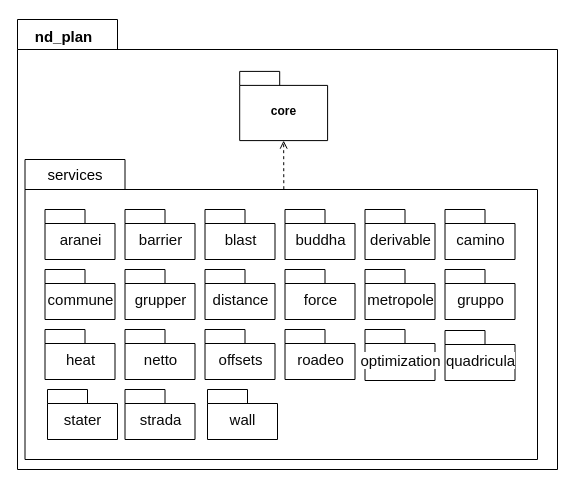
Above: master/sources/diploma/implementation/diagrams/math/packages.drawio in stalker-fc/diploma (draw.io), before the change. Source tidied: cells renumbered, new cells numbered last; positions are measured from the earlier drawing's top-left corner, leaving out a move shared by most shapes. Both pictures are drawn from the tidied source at 100%, with x=0, y=0 at pixel (17, 19).
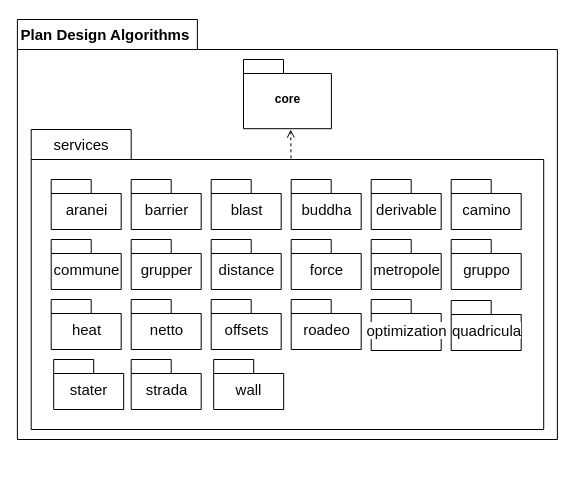
The same page after the edit.

The edit, as a diff of the source:
```diff
@@
     <mxCell id="2" style="group;" parent="1" vertex="1">
-      <mxGeometry width="540" height="450" as="geometry" />
+      <mxGeometry x="-0.1" width="540" height="450" as="geometry" />
     </mxCell>
-    <mxCell id="3" style="shape=folder;fontStyle=1;spacingTop=10;tabWidth=100;tabHeight=30;tabPosition=left;html=1;" parent="2" vertex="1">
-      <mxGeometry width="540" height="450" as="geometry" />
+    <mxCell id="3" style="shape=folder;fontStyle=1;spacingTop=10;tabWidth=180;tabHeight=30;tabPosition=left;html=1;" parent="2" vertex="1">
+      <mxGeometry width="540" height="420" as="geometry" />
     </mxCell>
-    <mxCell id="4" value="core" style="shape=folder;fontStyle=1;spacingTop=10;tabWidth=40;tabHeight=14;tabPosition=left;html=1;" parent="2" vertex="1">
-      <mxGeometry x="222.2" y="51.9" width="87.9" height="69.2" as="geometry" />
+    <mxCell id="4" value="&lt;font style=&quot;font-size: 12px&quot;&gt;core&lt;/font&gt;" style="shape=folder;fontStyle=1;spacingTop=10;tabWidth=40;tabHeight=14;tabPosition=left;html=1;" parent="2" vertex="1">
+      <mxGeometry x="226.1" y="40" width="87.9" height="69.2" as="geometry" />
     </mxCell>
-    <mxCell id="5" value="&lt;b&gt;nd_plan&lt;/b&gt;" style="text;html=1;strokeColor=none;fillColor=none;align=center;verticalAlign=middle;whiteSpace=wrap;rounded=0;fontFamily=Helvetica;fontSize=15;" parent="2" vertex="1">
-      <mxGeometry x="17.1" width="58.6" height="34.6" as="geometry" />
+    <mxCell id="5" value="&lt;b&gt;Plan Design Algorithms&amp;nbsp;&lt;/b&gt;" style="text;html=1;strokeColor=none;fillColor=none;align=center;verticalAlign=middle;whiteSpace=wrap;rounded=0;fontFamily=Helvetica;fontSize=15;" parent="2" vertex="1">
+      <mxGeometry y="-2" width="180" height="34.6" as="geometry" />
     </mxCell>
-    <mxCell id="6" style="group;" parent="1" vertex="1">
-      <mxGeometry x="7.5" y="140" width="512.5" height="300" as="geometry" />
-    </mxCell>
-    <mxCell id="7" style="shape=folder;fontStyle=1;spacingTop=10;tabWidth=100;tabHeight=30;tabPosition=left;html=1;" parent="6" vertex="1">
-      <mxGeometry width="512.5" height="300" as="geometry" />
+    <mxCell id="7" style="shape=folder;fontStyle=1;spacingTop=10;tabWidth=100;tabHeight=30;tabPosition=left;html=1;" parent="1" vertex="1">
+      <mxGeometry x="13.7" y="110" width="512.5" height="300" as="geometry" />
     </mxCell>
-    <mxCell id="8" value="&lt;span style=&quot;color: rgb(8 , 8 , 8) ; font-size: 15px ; font-weight: 400 ; text-align: left ; background-color: rgb(255 , 255 , 255)&quot;&gt;force&lt;/span&gt;" style="shape=folder;fontStyle=1;spacingTop=10;tabWidth=40;tabHeight=14;tabPosition=left;html=1;" parent="6" vertex="1">
-      <mxGeometry x="260" y="110" width="70" height="50" as="geometry" />
+    <mxCell id="8" value="&lt;span style=&quot;color: rgb(8 , 8 , 8) ; font-size: 15px ; font-weight: 400 ; text-align: left ; background-color: rgb(255 , 255 , 255)&quot;&gt;force&lt;/span&gt;" style="shape=folder;fontStyle=1;spacingTop=10;tabWidth=40;tabHeight=14;tabPosition=left;html=1;" parent="1" vertex="1">
+      <mxGeometry x="273.7" y="220" width="70" height="50" as="geometry" />
     </mxCell>
-    <mxCell id="9" value="&lt;span style=&quot;color: rgb(8 , 8 , 8) ; font-size: 15px ; font-weight: 400 ; text-align: left ; background-color: rgb(255 , 255 , 255)&quot;&gt;distance&lt;/span&gt;" style="shape=folder;fontStyle=1;spacingTop=10;tabWidth=40;tabHeight=14;tabPosition=left;html=1;" parent="6" vertex="1">
-      <mxGeometry x="180" y="110" width="70" height="50" as="geometry" />
+    <mxCell id="9" value="&lt;span style=&quot;color: rgb(8 , 8 , 8) ; font-size: 15px ; font-weight: 400 ; text-align: left ; background-color: rgb(255 , 255 , 255)&quot;&gt;distance&lt;/span&gt;" style="shape=folder;fontStyle=1;spacingTop=10;tabWidth=40;tabHeight=14;tabPosition=left;html=1;" parent="1" vertex="1">
+      <mxGeometry x="193.7" y="220" width="70" height="50" as="geometry" />
     </mxCell>
-    <mxCell id="10" value="&lt;span style=&quot;color: rgb(8 , 8 , 8) ; font-size: 15px ; font-weight: 400 ; text-align: left ; background-color: rgb(255 , 255 , 255)&quot;&gt;derivable&lt;/span&gt;" style="shape=folder;fontStyle=1;spacingTop=10;tabWidth=40;tabHeight=14;tabPosition=left;html=1;" parent="6" vertex="1">
-      <mxGeometry x="340" y="50" width="70" height="50" as="geometry" />
+    <mxCell id="10" value="&lt;span style=&quot;color: rgb(8 , 8 , 8) ; font-size: 15px ; font-weight: 400 ; text-align: left ; background-color: rgb(255 , 255 , 255)&quot;&gt;derivable&lt;/span&gt;" style="shape=folder;fontStyle=1;spacingTop=10;tabWidth=40;tabHeight=14;tabPosition=left;html=1;" parent="1" vertex="1">
+      <mxGeometry x="353.7" y="160" width="70" height="50" as="geometry" />
     </mxCell>
-    <mxCell id="11" value="&lt;span style=&quot;color: rgb(8 , 8 , 8) ; font-size: 15px ; font-weight: 400 ; text-align: left ; background-color: rgb(255 , 255 , 255)&quot;&gt;commune&lt;/span&gt;" style="shape=folder;fontStyle=1;spacingTop=10;tabWidth=40;tabHeight=14;tabPosition=left;html=1;" parent="6" vertex="1">
-      <mxGeometry x="20" y="110" width="70" height="50" as="geometry" />
+    <mxCell id="11" value="&lt;span style=&quot;color: rgb(8 , 8 , 8) ; font-size: 15px ; font-weight: 400 ; text-align: left ; background-color: rgb(255 , 255 , 255)&quot;&gt;commune&lt;/span&gt;" style="shape=folder;fontStyle=1;spacingTop=10;tabWidth=40;tabHeight=14;tabPosition=left;html=1;" parent="1" vertex="1">
+      <mxGeometry x="33.7" y="220" width="70" height="50" as="geometry" />
     </mxCell>
-    <mxCell id="12" value="&lt;span style=&quot;color: rgb(8 , 8 , 8) ; font-size: 15px ; font-weight: 400 ; text-align: left ; background-color: rgb(255 , 255 , 255)&quot;&gt;camino&lt;/span&gt;" style="shape=folder;fontStyle=1;spacingTop=10;tabWidth=40;tabHeight=14;tabPosition=left;html=1;" parent="6" vertex="1">
-      <mxGeometry x="420" y="50" width="70" height="50" as="geometry" />
+    <mxCell id="12" value="&lt;span style=&quot;color: rgb(8 , 8 , 8) ; font-size: 15px ; font-weight: 400 ; text-align: left ; background-color: rgb(255 , 255 , 255)&quot;&gt;camino&lt;/span&gt;" style="shape=folder;fontStyle=1;spacingTop=10;tabWidth=40;tabHeight=14;tabPosition=left;html=1;" parent="1" vertex="1">
+      <mxGeometry x="433.7" y="160" width="70" height="50" as="geometry" />
     </mxCell>
-    <mxCell id="13" value="&lt;span style=&quot;color: rgb(8 , 8 , 8) ; font-size: 15px ; font-weight: 400 ; text-align: left ; background-color: rgb(255 , 255 , 255)&quot;&gt;buddha&lt;/span&gt;" style="shape=folder;fontStyle=1;spacingTop=10;tabWidth=40;tabHeight=14;tabPosition=left;html=1;" parent="6" vertex="1">
-      <mxGeometry x="260" y="50" width="70" height="50" as="geometry" />
+    <mxCell id="13" value="&lt;span style=&quot;color: rgb(8 , 8 , 8) ; font-size: 15px ; font-weight: 400 ; text-align: left ; background-color: rgb(255 , 255 , 255)&quot;&gt;buddha&lt;/span&gt;" style="shape=folder;fontStyle=1;spacingTop=10;tabWidth=40;tabHeight=14;tabPosition=left;html=1;" parent="1" vertex="1">
+      <mxGeometry x="273.7" y="160" width="70" height="50" as="geometry" />
     </mxCell>
-    <mxCell id="14" value="&lt;span style=&quot;color: rgb(8 , 8 , 8) ; font-size: 15px ; font-weight: 400 ; text-align: left ; background-color: rgb(255 , 255 , 255)&quot;&gt;blast&lt;/span&gt;" style="shape=folder;fontStyle=1;spacingTop=10;tabWidth=40;tabHeight=14;tabPosition=left;html=1;" parent="6" vertex="1">
-      <mxGeometry x="180" y="50" width="70" height="50" as="geometry" />
+    <mxCell id="14" value="&lt;span style=&quot;color: rgb(8 , 8 , 8) ; font-size: 15px ; font-weight: 400 ; text-align: left ; background-color: rgb(255 , 255 , 255)&quot;&gt;blast&lt;/span&gt;" style="shape=folder;fontStyle=1;spacingTop=10;tabWidth=40;tabHeight=14;tabPosition=left;html=1;" parent="1" vertex="1">
+      <mxGeometry x="193.7" y="160" width="70" height="50" as="geometry" />
     </mxCell>
-    <mxCell id="15" value="&lt;span style=&quot;color: rgb(8 , 8 , 8) ; font-size: 15px ; font-weight: 400 ; text-align: left ; background-color: rgb(255 , 255 , 255)&quot;&gt;barrier&lt;/span&gt;" style="shape=folder;fontStyle=1;spacingTop=10;tabWidth=40;tabHeight=14;tabPosition=left;html=1;" parent="6" vertex="1">
-      <mxGeometry x="100" y="50" width="70" height="50" as="geometry" />
+    <mxCell id="15" value="&lt;span style=&quot;color: rgb(8 , 8 , 8) ; font-size: 15px ; font-weight: 400 ; text-align: left ; background-color: rgb(255 , 255 , 255)&quot;&gt;barrier&lt;/span&gt;" style="shape=folder;fontStyle=1;spacingTop=10;tabWidth=40;tabHeight=14;tabPosition=left;html=1;" parent="1" vertex="1">
+      <mxGeometry x="113.7" y="160" width="70" height="50" as="geometry" />
     </mxCell>
-    <mxCell id="16" value="&lt;span style=&quot;color: rgb(8 , 8 , 8) ; font-size: 15px ; font-weight: 400 ; text-align: left ; background-color: rgb(255 , 255 , 255)&quot;&gt;aranei&lt;/span&gt;" style="shape=folder;fontStyle=1;spacingTop=10;tabWidth=40;tabHeight=14;tabPosition=left;html=1;" parent="6" vertex="1">
-      <mxGeometry x="20" y="50" width="70" height="50" as="geometry" />
+    <mxCell id="16" value="&lt;span style=&quot;color: rgb(8 , 8 , 8) ; font-size: 15px ; font-weight: 400 ; text-align: left ; background-color: rgb(255 , 255 , 255)&quot;&gt;aranei&lt;/span&gt;" style="shape=folder;fontStyle=1;spacingTop=10;tabWidth=40;tabHeight=14;tabPosition=left;html=1;" parent="1" vertex="1">
+      <mxGeometry x="33.7" y="160" width="70" height="50" as="geometry" />
     </mxCell>
-    <mxCell id="17" value="&lt;span style=&quot;color: rgb(8 , 8 , 8) ; font-size: 15px ; font-weight: 400 ; text-align: left ; background-color: rgb(255 , 255 , 255)&quot;&gt;gruppo&lt;/span&gt;" style="shape=folder;fontStyle=1;spacingTop=10;tabWidth=40;tabHeight=14;tabPosition=left;html=1;" parent="6" vertex="1">
-      <mxGeometry x="420" y="110" width="70" height="50" as="geometry" />
+    <mxCell id="17" value="&lt;span style=&quot;color: rgb(8 , 8 , 8) ; font-size: 15px ; font-weight: 400 ; text-align: left ; background-color: rgb(255 , 255 , 255)&quot;&gt;gruppo&lt;/span&gt;" style="shape=folder;fontStyle=1;spacingTop=10;tabWidth=40;tabHeight=14;tabPosition=left;html=1;" parent="1" vertex="1">
+      <mxGeometry x="433.7" y="220" width="70" height="50" as="geometry" />
     </mxCell>
-    <mxCell id="18" value="&lt;span style=&quot;color: rgb(8 , 8 , 8) ; font-size: 15px ; font-weight: 400 ; text-align: left ; background-color: rgb(255 , 255 , 255)&quot;&gt;grupper&lt;/span&gt;" style="shape=folder;fontStyle=1;spacingTop=10;tabWidth=40;tabHeight=14;tabPosition=left;html=1;" parent="6" vertex="1">
-      <mxGeometry x="100" y="110" width="70" height="50" as="geometry" />
+    <mxCell id="18" value="&lt;span style=&quot;color: rgb(8 , 8 , 8) ; font-size: 15px ; font-weight: 400 ; text-align: left ; background-color: rgb(255 , 255 , 255)&quot;&gt;grupper&lt;/span&gt;" style="shape=folder;fontStyle=1;spacingTop=10;tabWidth=40;tabHeight=14;tabPosition=left;html=1;" parent="1" vertex="1">
+      <mxGeometry x="113.7" y="220" width="70" height="50" as="geometry" />
     </mxCell>
-    <mxCell id="19" value="&lt;span style=&quot;color: rgb(8 , 8 , 8) ; font-size: 15px ; font-weight: 400 ; text-align: left ; background-color: rgb(255 , 255 , 255)&quot;&gt;metropole&lt;/span&gt;" style="shape=folder;fontStyle=1;spacingTop=10;tabWidth=40;tabHeight=14;tabPosition=left;html=1;" parent="6" vertex="1">
-      <mxGeometry x="340" y="110" width="70" height="50" as="geometry" />
+    <mxCell id="19" value="&lt;span style=&quot;color: rgb(8 , 8 , 8) ; font-size: 15px ; font-weight: 400 ; text-align: left ; background-color: rgb(255 , 255 , 255)&quot;&gt;metropole&lt;/span&gt;" style="shape=folder;fontStyle=1;spacingTop=10;tabWidth=40;tabHeight=14;tabPosition=left;html=1;" parent="1" vertex="1">
+      <mxGeometry x="353.7" y="220" width="70" height="50" as="geometry" />
     </mxCell>
-    <mxCell id="20" value="&lt;span style=&quot;color: rgb(8 , 8 , 8) ; font-size: 15px ; font-weight: 400 ; text-align: left ; background-color: rgb(255 , 255 , 255)&quot;&gt;offsets&lt;/span&gt;" style="shape=folder;fontStyle=1;spacingTop=10;tabWidth=40;tabHeight=14;tabPosition=left;html=1;" parent="6" vertex="1">
-      <mxGeometry x="180" y="170" width="70" height="50" as="geometry" />
+    <mxCell id="20" value="&lt;span style=&quot;color: rgb(8 , 8 , 8) ; font-size: 15px ; font-weight: 400 ; text-align: left ; background-color: rgb(255 , 255 , 255)&quot;&gt;offsets&lt;/span&gt;" style="shape=folder;fontStyle=1;spacingTop=10;tabWidth=40;tabHeight=14;tabPosition=left;html=1;" parent="1" vertex="1">
+      <mxGeometry x="193.7" y="280" width="70" height="50" as="geometry" />
     </mxCell>
-    <mxCell id="21" value="&lt;span style=&quot;color: rgb(8 , 8 , 8) ; font-size: 15px ; font-weight: 400 ; text-align: left ; background-color: rgb(255 , 255 , 255)&quot;&gt;netto&lt;/span&gt;" style="shape=folder;fontStyle=1;spacingTop=10;tabWidth=40;tabHeight=14;tabPosition=left;html=1;" parent="6" vertex="1">
-      <mxGeometry x="100" y="170" width="70" height="50" as="geometry" />
+    <mxCell id="21" value="&lt;span style=&quot;color: rgb(8 , 8 , 8) ; font-size: 15px ; font-weight: 400 ; text-align: left ; background-color: rgb(255 , 255 , 255)&quot;&gt;netto&lt;/span&gt;" style="shape=folder;fontStyle=1;spacingTop=10;tabWidth=40;tabHeight=14;tabPosition=left;html=1;" parent="1" vertex="1">
+      <mxGeometry x="113.7" y="280" width="70" height="50" as="geometry" />
     </mxCell>
-    <mxCell id="22" value="&lt;span style=&quot;color: rgb(8 , 8 , 8) ; font-size: 15px ; font-weight: 400 ; text-align: left ; background-color: rgb(255 , 255 , 255)&quot;&gt;heat&lt;/span&gt;" style="shape=folder;fontStyle=1;spacingTop=10;tabWidth=40;tabHeight=14;tabPosition=left;html=1;" parent="6" vertex="1">
-      <mxGeometry x="20" y="170" width="70" height="50" as="geometry" />
+    <mxCell id="22" value="&lt;span style=&quot;color: rgb(8 , 8 , 8) ; font-size: 15px ; font-weight: 400 ; text-align: left ; background-color: rgb(255 , 255 , 255)&quot;&gt;heat&lt;/span&gt;" style="shape=folder;fontStyle=1;spacingTop=10;tabWidth=40;tabHeight=14;tabPosition=left;html=1;" parent="1" vertex="1">
+      <mxGeometry x="33.7" y="280" width="70" height="50" as="geometry" />
     </mxCell>
-    <mxCell id="23" value="&lt;span style=&quot;color: rgb(8 , 8 , 8) ; font-size: 15px ; font-weight: 400 ; text-align: left ; background-color: rgb(255 , 255 , 255)&quot;&gt;roadeo&lt;/span&gt;" style="shape=folder;fontStyle=1;spacingTop=10;tabWidth=40;tabHeight=14;tabPosition=left;html=1;" parent="6" vertex="1">
-      <mxGeometry x="260" y="170" width="70" height="50" as="geometry" />
+    <mxCell id="23" value="&lt;span style=&quot;color: rgb(8 , 8 , 8) ; font-size: 15px ; font-weight: 400 ; text-align: left ; background-color: rgb(255 , 255 , 255)&quot;&gt;roadeo&lt;/span&gt;" style="shape=folder;fontStyle=1;spacingTop=10;tabWidth=40;tabHeight=14;tabPosition=left;html=1;" parent="1" vertex="1">
+      <mxGeometry x="273.7" y="280" width="70" height="50" as="geometry" />
     </mxCell>
-    <mxCell id="24" value="&lt;span style=&quot;color: rgb(8 , 8 , 8) ; font-size: 15px ; font-weight: 400 ; text-align: left ; background-color: rgb(255 , 255 , 255)&quot;&gt;optimization&lt;/span&gt;" style="shape=folder;fontStyle=1;spacingTop=10;tabWidth=40;tabHeight=14;tabPosition=left;html=1;" parent="6" vertex="1">
-      <mxGeometry x="340" y="170" width="70" height="51" as="geometry" />
+    <mxCell id="24" value="&lt;span style=&quot;color: rgb(8 , 8 , 8) ; font-size: 15px ; font-weight: 400 ; text-align: left ; background-color: rgb(255 , 255 , 255)&quot;&gt;optimization&lt;/span&gt;" style="shape=folder;fontStyle=1;spacingTop=10;tabWidth=40;tabHeight=14;tabPosition=left;html=1;" parent="1" vertex="1">
+      <mxGeometry x="353.7" y="280" width="70" height="51" as="geometry" />
     </mxCell>
-    <mxCell id="25" value="&lt;span style=&quot;color: rgb(8 , 8 , 8) ; font-size: 15px ; font-weight: 400 ; text-align: left ; background-color: rgb(255 , 255 , 255)&quot;&gt;quadricula&lt;/span&gt;" style="shape=folder;fontStyle=1;spacingTop=10;tabWidth=40;tabHeight=14;tabPosition=left;html=1;" parent="6" vertex="1">
-      <mxGeometry x="420" y="171" width="70" height="50" as="geometry" />
+    <mxCell id="25" value="&lt;span style=&quot;color: rgb(8 , 8 , 8) ; font-size: 15px ; font-weight: 400 ; text-align: left ; background-color: rgb(255 , 255 , 255)&quot;&gt;quadricula&lt;/span&gt;" style="shape=folder;fontStyle=1;spacingTop=10;tabWidth=40;tabHeight=14;tabPosition=left;html=1;" parent="1" vertex="1">
+      <mxGeometry x="433.7" y="281" width="70" height="50" as="geometry" />
     </mxCell>
-    <mxCell id="26" value="&lt;span style=&quot;color: rgb(8 , 8 , 8) ; font-size: 15px ; font-weight: 400 ; text-align: left ; background-color: rgb(255 , 255 , 255)&quot;&gt;strada&lt;/span&gt;" style="shape=folder;fontStyle=1;spacingTop=10;tabWidth=40;tabHeight=14;tabPosition=left;html=1;" parent="6" vertex="1">
-      <mxGeometry x="100" y="230" width="70" height="50" as="geometry" />
+    <mxCell id="26" value="&lt;span style=&quot;color: rgb(8 , 8 , 8) ; font-size: 15px ; font-weight: 400 ; text-align: left ; background-color: rgb(255 , 255 , 255)&quot;&gt;strada&lt;/span&gt;" style="shape=folder;fontStyle=1;spacingTop=10;tabWidth=40;tabHeight=14;tabPosition=left;html=1;" parent="1" vertex="1">
+      <mxGeometry x="113.7" y="340" width="70" height="50" as="geometry" />
     </mxCell>
-    <mxCell id="27" value="services" style="text;html=1;strokeColor=none;fillColor=none;align=center;verticalAlign=middle;whiteSpace=wrap;rounded=0;fontFamily=Helvetica;fontSize=15;" parent="6" vertex="1">
-      <mxGeometry x="20" width="60" height="30" as="geometry" />
+    <mxCell id="27" value="services" style="text;html=1;strokeColor=none;fillColor=none;align=center;verticalAlign=middle;whiteSpace=wrap;rounded=0;fontFamily=Helvetica;fontSize=15;" parent="1" vertex="1">
+      <mxGeometry x="33.7" y="110" width="60" height="30" as="geometry" />
     </mxCell>
-    <mxCell id="28" value="&lt;span style=&quot;color: rgb(8 , 8 , 8) ; font-size: 15px ; font-weight: 400 ; text-align: left ; background-color: rgb(255 , 255 , 255)&quot;&gt;stater&lt;/span&gt;" style="shape=folder;fontStyle=1;spacingTop=10;tabWidth=40;tabHeight=14;tabPosition=left;html=1;" parent="6" vertex="1">
-      <mxGeometry x="22.5" y="230" width="70" height="50" as="geometry" />
+    <mxCell id="28" value="&lt;span style=&quot;color: rgb(8 , 8 , 8) ; font-size: 15px ; font-weight: 400 ; text-align: left ; background-color: rgb(255 , 255 , 255)&quot;&gt;stater&lt;/span&gt;" style="shape=folder;fontStyle=1;spacingTop=10;tabWidth=40;tabHeight=14;tabPosition=left;html=1;" parent="1" vertex="1">
+      <mxGeometry x="36.2" y="340" width="70" height="50" as="geometry" />
     </mxCell>
-    <mxCell id="29" value="&lt;span style=&quot;color: rgb(8 , 8 , 8) ; font-size: 15px ; font-weight: 400 ; text-align: left ; background-color: rgb(255 , 255 , 255)&quot;&gt;wall&lt;/span&gt;" style="shape=folder;fontStyle=1;spacingTop=10;tabWidth=40;tabHeight=14;tabPosition=left;html=1;" parent="6" vertex="1">
-      <mxGeometry x="182.5" y="230" width="70" height="50" as="geometry" />
+    <mxCell id="29" value="&lt;span style=&quot;color: rgb(8 , 8 , 8) ; font-size: 15px ; font-weight: 400 ; text-align: left ; background-color: rgb(255 , 255 , 255)&quot;&gt;wall&lt;/span&gt;" style="shape=folder;fontStyle=1;spacingTop=10;tabWidth=40;tabHeight=14;tabPosition=left;html=1;" parent="1" vertex="1">
+      <mxGeometry x="196.2" y="340" width="70" height="50" as="geometry" />
     </mxCell>
-    <mxCell id="30" style="endArrow=open;dashed=1;html=1;rounded=0;endFill=0;exitX=0.505;exitY=0.099;exitDx=0;exitDy=0;exitPerimeter=0;entryX=0.5;entryY=1;entryDx=0;entryDy=0;entryPerimeter=0;" parent="1" edge="1" source="7" target="4">
-      <mxGeometry relative="1" as="geometry" />
+    <mxCell id="30" style="endArrow=open;dashed=1;html=1;rounded=0;endFill=0;exitX=0.507;exitY=0.096;exitDx=0;exitDy=0;exitPerimeter=0;" parent="1" edge="1" source="7">
+      <mxGeometry relative="1" as="geometry">
+        <mxPoint x="273.2" y="110" as="targetPoint" />
+      </mxGeometry>
     </mxCell>
```
